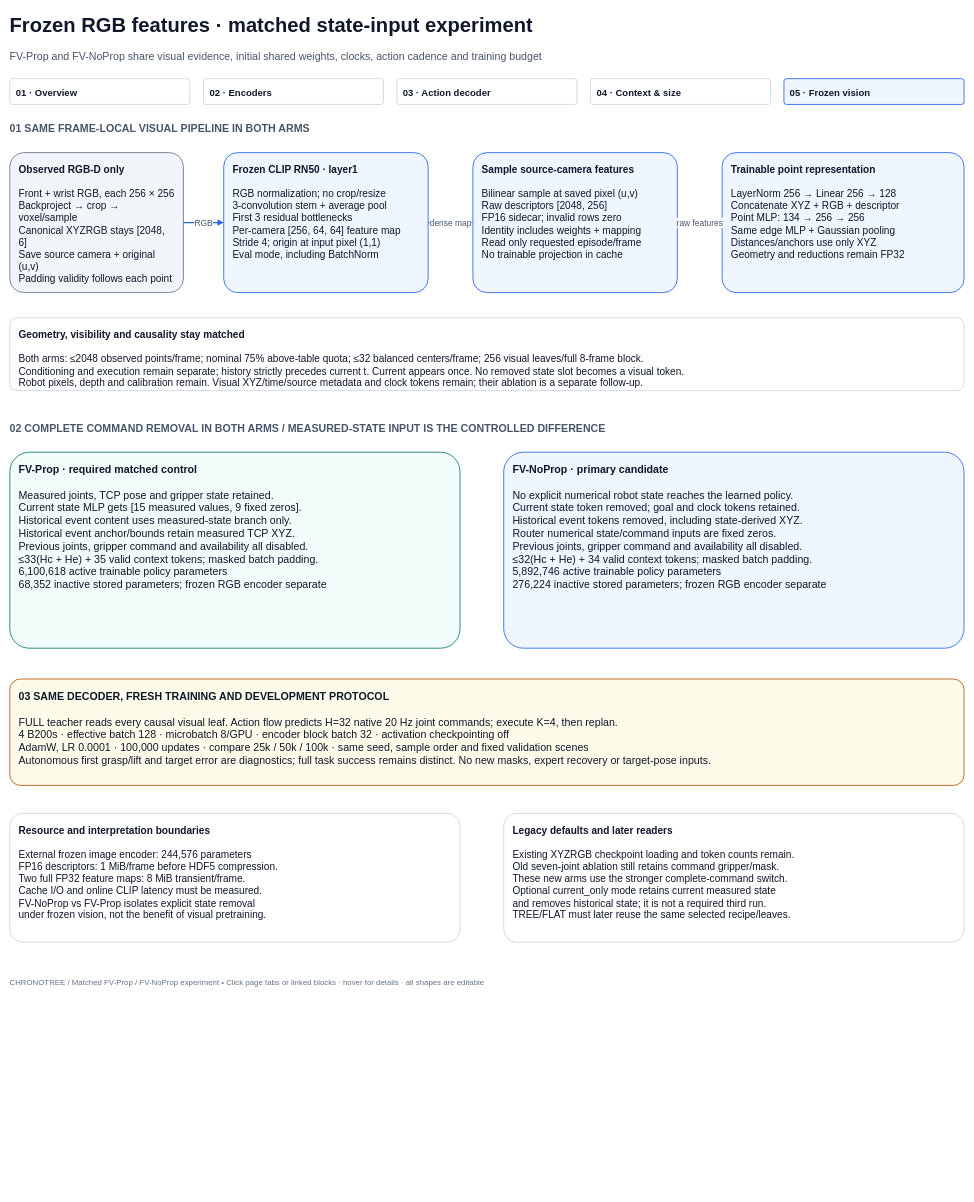
This is page "05 · Frozen vision" (5 of 5) of docs/diagrams/teacher_architecture.drawio from Ricvalp/chronotree, a draw.io file, before an edit. Source tidied: cells renumbered, new cells numbered last; positions are measured from the earlier drawing's top-left corner, leaving out a move shared by most shapes. Both pictures are drawn from the tidied source at 56%, with x=0, y=0 at pixel (10, 10).
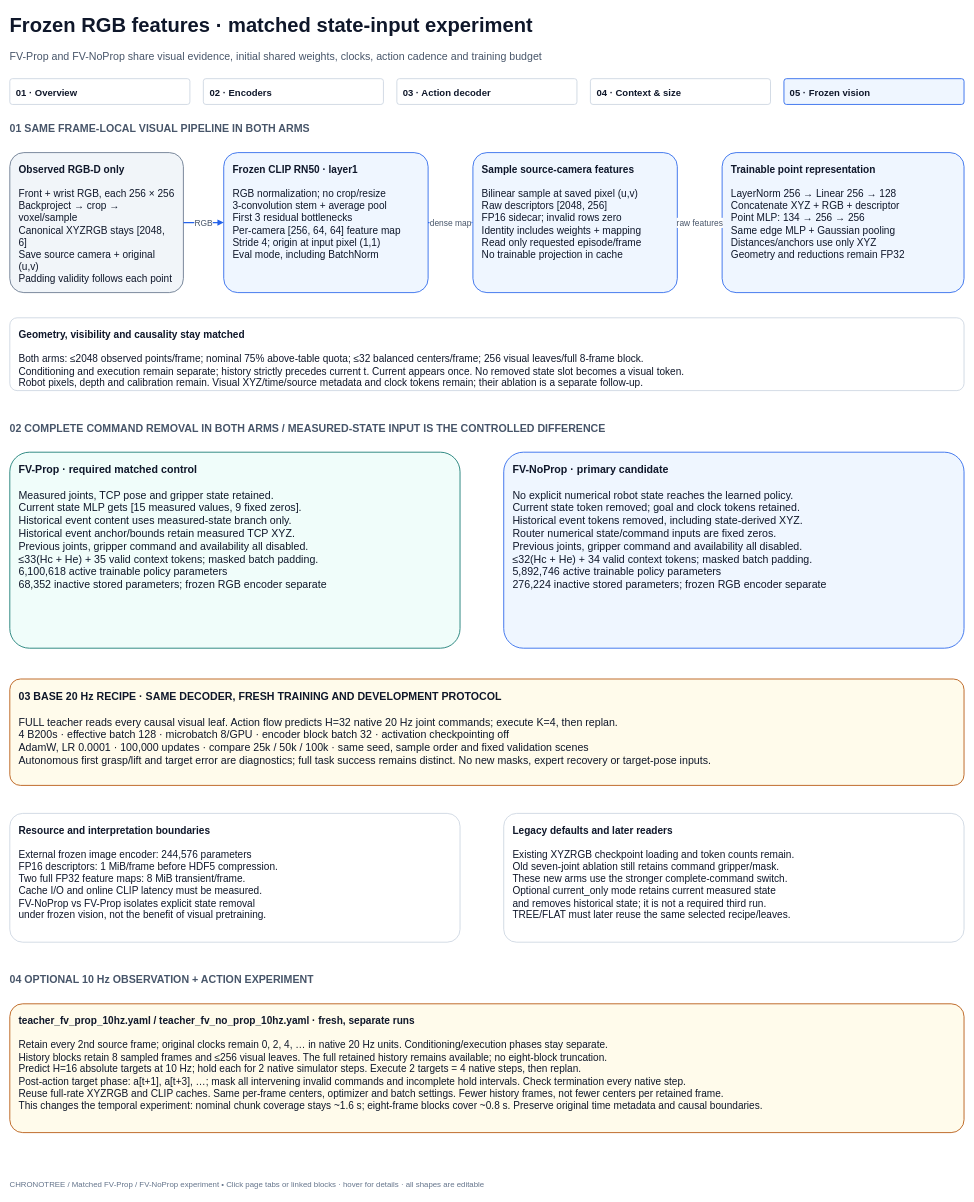
After the change.

Diff of the diagram source:
```diff
@@
     <mxCell id="10" value="CHRONOTREE  /  Matched FV-Prop / FV-NoProp experiment     •     Click page tabs or linked blocks · hover for details · all shapes are editable" style="text;html=1;align=left;verticalAlign=middle;whiteSpace=wrap;overflow=hidden;fontFamily=Arial;fontSize=14;fontColor=#64748B;fontStyle=0;spacing=0;" parent="1" vertex="1">
-      <mxGeometry y="1722" width="1690" height="30" as="geometry" />
+      <mxGeometry y="2082" width="1690" height="30" as="geometry" />
     </mxCell>
@@
-    <mxCell id="23" value="&lt;b&gt;03  SAME DECODER, FRESH TRAINING AND DEVELOPMENT PROTOCOL&lt;/b&gt;&lt;br&gt;&lt;br&gt;FULL teacher reads every causal visual leaf. Action flow predicts H=32 native 20 Hz joint commands; execute K=4, then replan.&lt;br&gt;4 B200s · effective batch 128 · microbatch 8/GPU · encoder block batch 32 · activation checkpointing off&lt;br&gt;AdamW, LR 0.0001 · 100,000 updates · compare 25k / 50k / 100k · same seed, sample order and fixed validation scenes&lt;br&gt;Autonomous first grasp/lift and target error are diagnostics; full task success remains distinct. No new masks, expert recovery or target-pose inputs." style="rounded=1;arcSize=10;whiteSpace=wrap;html=1;fillColor=#FFFBEB;strokeColor=#B45309;strokeWidth=1.5;align=left;verticalAlign=top;spacing=16;fontFamily=Arial;fontSize=19;fontColor=#0F172A;shadow=0;" parent="1" vertex="1">
+    <mxCell id="23" value="&lt;b&gt;03  BASE 20 Hz RECIPE · SAME DECODER, FRESH TRAINING AND DEVELOPMENT PROTOCOL&lt;/b&gt;&lt;br&gt;&lt;br&gt;FULL teacher reads every causal visual leaf. Action flow predicts H=32 native 20 Hz joint commands; execute K=4, then replan.&lt;br&gt;4 B200s · effective batch 128 · microbatch 8/GPU · encoder block batch 32 · activation checkpointing off&lt;br&gt;AdamW, LR 0.0001 · 100,000 updates · compare 25k / 50k / 100k · same seed, sample order and fixed validation scenes&lt;br&gt;Autonomous first grasp/lift and target error are diagnostics; full task success remains distinct. No new masks, expert recovery or target-pose inputs." style="rounded=1;arcSize=10;whiteSpace=wrap;html=1;fillColor=#FFFBEB;strokeColor=#B45309;strokeWidth=1.5;align=left;verticalAlign=top;spacing=16;fontFamily=Arial;fontSize=19;fontColor=#0F172A;shadow=0;" parent="1" vertex="1">
       <mxGeometry y="1195" width="1704" height="190" as="geometry" />
     </mxCell>
@@
-    <mxCell id="25" value="&lt;b&gt;Legacy defaults and later readers&lt;/b&gt;&lt;br&gt;&lt;br&gt;Existing XYZRGB checkpoint loading and token counts remain.&lt;br&gt;Old seven-joint ablation still retains command gripper/mask.&lt;br&gt;These new arms use the stronger complete-command switch.&lt;br&gt;Optional current_only mode retains current measured state&lt;br&gt;and removes historical state; it is not a required third run.&lt;br&gt;TREE/FLAT must later reuse the same selected recipe/leaves." style="rounded=1;arcSize=10;whiteSpace=wrap;html=1;fillColor=#FFFFFF;strokeColor=#CBD5E1;strokeWidth=1.5;align=left;verticalAlign=top;spacing=16;fontFamily=Arial;fontSize=18;fontColor=#0F172A;shadow=0;" parent="2" vertex="1">
-      <mxGeometry x="882" y="1435" width="822" height="230" as="geometry" />
+    <mxCell id="25" value="04  OPTIONAL 10 Hz OBSERVATION + ACTION EXPERIMENT" style="text;html=1;align=left;verticalAlign=middle;whiteSpace=wrap;overflow=hidden;fontFamily=Arial;fontSize=19;fontColor=#475569;fontStyle=1;spacing=0;" parent="1" vertex="1">
+      <mxGeometry y="1715" width="1704" height="35" as="geometry" />
     </mxCell>
+    <mxCell id="26" value="&lt;b&gt;teacher_fv_prop_10hz.yaml / teacher_fv_no_prop_10hz.yaml · fresh, separate runs&lt;/b&gt;&lt;br&gt;&lt;br&gt;Retain every 2nd source frame; original clocks remain 0, 2, 4, … in native 20 Hz units. Conditioning/execution phases stay separate.&lt;br&gt;History blocks retain 8 sampled frames and ≤256 visual leaves. The full retained history remains available; no eight-block truncation.&lt;br&gt;Predict H=16 absolute targets at 10 Hz; hold each for 2 native simulator steps. Execute 2 targets = 4 native steps, then replan.&lt;br&gt;Post-action target phase: a[t+1], a[t+3], …; mask all intervening invalid commands and incomplete hold intervals. Check termination every native step.&lt;br&gt;Reuse full-rate XYZRGB and CLIP caches. Same per-frame centers, optimizer and batch settings. Fewer history frames, not fewer centers per retained frame.&lt;br&gt;This changes the temporal experiment: nominal chunk coverage stays ~1.6 s; eight-frame blocks cover ~0.8 s. Preserve original time metadata and causal boundaries." style="rounded=1;arcSize=10;whiteSpace=wrap;html=1;fillColor=#FFFBEB;strokeColor=#B45309;strokeWidth=1.5;align=left;verticalAlign=top;spacing=16;fontFamily=Arial;fontSize=18;fontColor=#0F172A;shadow=0;" parent="1" vertex="1">
+      <mxGeometry y="1775" width="1704" height="230" as="geometry" />
+    </mxCell>
+    <mxCell id="27" value="&lt;b&gt;Legacy defaults and later readers&lt;/b&gt;&lt;br&gt;&lt;br&gt;Existing XYZRGB checkpoint loading and token counts remain.&lt;br&gt;Old seven-joint ablation still retains command gripper/mask.&lt;br&gt;These new arms use the stronger complete-command switch.&lt;br&gt;Optional current_only mode retains current measured state&lt;br&gt;and removes historical state; it is not a required third run.&lt;br&gt;TREE/FLAT must later reuse the same selected recipe/leaves." style="rounded=1;arcSize=10;whiteSpace=wrap;html=1;fillColor=#FFFFFF;strokeColor=#CBD5E1;strokeWidth=1.5;align=left;verticalAlign=top;spacing=16;fontFamily=Arial;fontSize=18;fontColor=#0F172A;shadow=0;" parent="2" vertex="1">
+      <mxGeometry x="882" y="1435" width="822" height="230" as="geometry" />
+    </mxCell>
```
